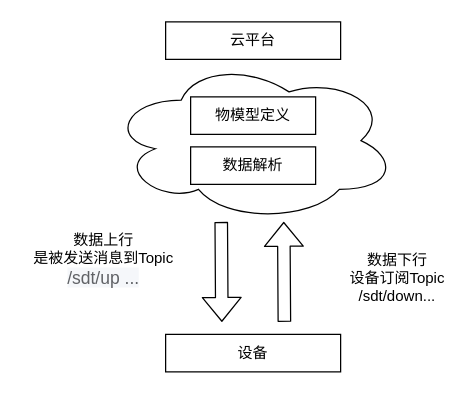
The draw.io diagram 物模型数据解析流程图.drawio in wjwzero/DesignDrawing-, before the edit. Source tidied: cells renumbered, new cells numbered last; positions are measured from the earlier drawing's top-left corner, leaving out a move shared by most shapes. Both pictures are drawn from the tidied source at 125%, with x=0, y=0 at pixel (21, 21).
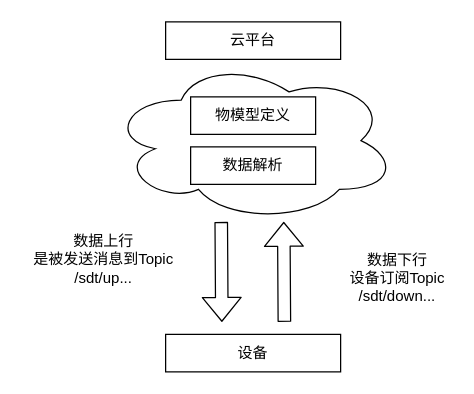
The same page after the edit.

Commit message (it also covers changes not shown here):
更新物模型数据解析流程图.drawio

Change to the diagram source:
```diff
@@
 <mxGraphModel>
   <root>
     <mxCell id="0" />
     <mxCell id="1" parent="0" />
     <mxCell id="2" value="云平台" style="rounded=0;whiteSpace=wrap;html=1;" parent="1" vertex="1">
       <mxGeometry x="115" width="140" height="30" as="geometry" />
     </mxCell>
     <mxCell id="3" style="ellipse;shape=cloud;whiteSpace=wrap;html=1;" parent="1" vertex="1">
       <mxGeometry x="70" y="30" width="230" height="130" as="geometry" />
     </mxCell>
     <mxCell id="4" value="物模型定义" style="rounded=0;whiteSpace=wrap;html=1;" parent="1" vertex="1">
       <mxGeometry x="135" y="60" width="100" height="30" as="geometry" />
     </mxCell>
     <mxCell id="5" value="数据解析" style="rounded=0;whiteSpace=wrap;html=1;" parent="1" vertex="1">
       <mxGeometry x="135" y="100" width="100" height="30" as="geometry" />
     </mxCell>
     <mxCell id="6" style="shape=flexArrow;endArrow=classic;html=1;" parent="1" edge="1">
       <mxGeometry relative="1" as="geometry">
         <mxPoint x="159.5" y="160" as="sourcePoint" />
         <mxPoint x="160" y="240" as="targetPoint" />
       </mxGeometry>
     </mxCell>
     <mxCell id="7" style="shape=flexArrow;endArrow=classic;html=1;" parent="1" edge="1">
       <mxGeometry relative="1" as="geometry">
         <mxPoint x="210" y="240" as="sourcePoint" />
         <mxPoint x="209.5" y="160" as="targetPoint" />
       </mxGeometry>
     </mxCell>
     <mxCell id="8" value="设备" style="rounded=0;whiteSpace=wrap;html=1;" parent="1" vertex="1">
       <mxGeometry x="115" y="250" width="140" height="30" as="geometry" />
     </mxCell>
-    <mxCell id="9" value="数据上行&lt;br&gt;是被发送消息到Topic&lt;br&gt;&lt;span style=&quot;color: rgb(96 , 98 , 102) ; font-family: &amp;#34;microsoft yahei&amp;#34; , &amp;#34;chinese quote&amp;#34; , , &amp;#34;blinkmacsystemfont&amp;#34; , &amp;#34;segoe ui&amp;#34; , &amp;#34;pingfang sc&amp;#34; , &amp;#34;hiragino sans gb&amp;#34; , &amp;#34;helvetica neue&amp;#34; , &amp;#34;helvetica&amp;#34; , &amp;#34;arial&amp;#34; , sans-serif , &amp;#34;apple color emoji&amp;#34; , &amp;#34;segoe ui emoji&amp;#34; , &amp;#34;segoe ui symbol&amp;#34; ; font-size: 14px ; text-align: left ; background-color: rgb(245 , 247 , 250)&quot;&gt;/sdt/up ...&lt;/span&gt;" style="text;html=1;align=center;verticalAlign=middle;" parent="1" vertex="1">
-      <mxGeometry y="165" width="130" height="50" as="geometry" />
+    <mxCell id="9" value="数据上行&lt;br&gt;是被发送消息到Topic&lt;br&gt;/sdt/up..." style="text;html=1;align=center;verticalAlign=middle;" parent="1" vertex="1">
+      <mxGeometry x="4" y="167" width="122" height="46" as="geometry" />
     </mxCell>
     <mxCell id="10" value="数据下行&lt;br&gt;设备订阅Topic&lt;br&gt;/sdt/down..." style="text;html=1;align=center;verticalAlign=middle;" parent="1" vertex="1">
       <mxGeometry x="255" y="180" width="90" height="50" as="geometry" />
     </mxCell>
   </root>
 </mxGraphModel>
```
